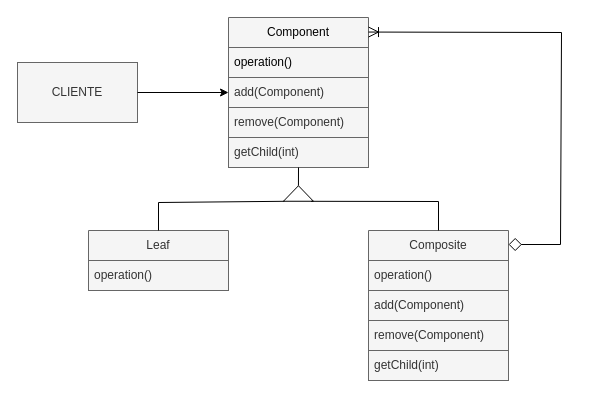
Earlier version of the draw.io diagram posts/imagens/composite/estrutura.drawio (20231-ifba-saj-ads-ppr/blog-material-aula). Source tidied: cells renumbered, new cells numbered last; positions are measured from the earlier drawing's top-left corner, leaving out a move shared by most shapes. Both pictures are drawn from the tidied source at 100%, with x=0, y=0 at pixel (17, 17).
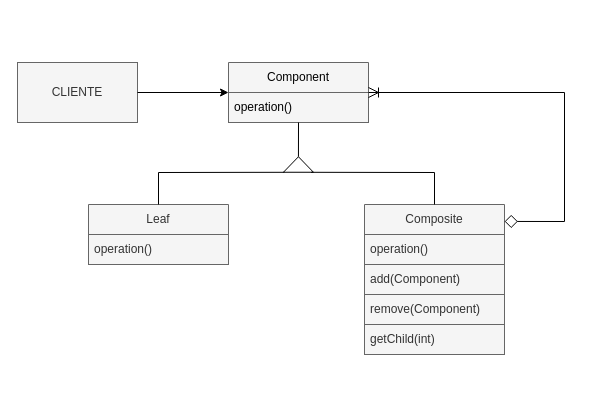
The same page after the edit.

The change refers to these unchanged cells:
```xml
<mxCell id="2" value="CLIENTE" style="rounded=0;whiteSpace=wrap;html=1;fontColor=#333333;fillColor=#f5f5f5;strokeColor=#666666;" parent="1" vertex="1">
  <mxGeometry y="45" width="120" height="60" as="geometry" />
</mxCell>
```

The edit, as a diff of the source:
```diff
@@
     <mxCell id="3" value="&lt;font color=&quot;#000000&quot;&gt;Component&lt;/font&gt;" style="swimlane;fontStyle=0;horizontal=1;startSize=30;whiteSpace=wrap;html=1;fillColor=#f5f5f5;fontColor=#333333;strokeColor=#666666;" parent="1" vertex="1">
-      <mxGeometry x="211" width="140" height="150" as="geometry" />
+      <mxGeometry x="211" y="45" width="140" height="60" as="geometry" />
     </mxCell>
@@
-    <mxCell id="5" value="add(Component)" style="text;strokeColor=#666666;fillColor=#f5f5f5;align=left;verticalAlign=middle;spacingLeft=4;spacingRight=4;overflow=hidden;points=[[0,0.5],[1,0.5]];portConstraint=eastwest;whiteSpace=wrap;html=1;fontColor=#333333;" parent="3" vertex="1">
-      <mxGeometry y="60" width="140" height="30" as="geometry" />
-    </mxCell>
-    <mxCell id="6" value="remove(Component)" style="text;strokeColor=#666666;fillColor=#f5f5f5;align=left;verticalAlign=middle;spacingLeft=4;spacingRight=4;overflow=hidden;whiteSpace=wrap;html=1;fontColor=#333333;" parent="3" vertex="1">
-      <mxGeometry y="90" width="140" height="30" as="geometry" />
-    </mxCell>
-    <mxCell id="7" value="getChild(int)" style="text;strokeColor=#666666;fillColor=#f5f5f5;align=left;verticalAlign=middle;spacingLeft=4;spacingRight=4;overflow=hidden;whiteSpace=wrap;html=1;fontColor=#333333;" parent="3" vertex="1">
-      <mxGeometry y="120" width="140" height="30" as="geometry" />
-    </mxCell>
     <mxCell id="8" value="Composite" style="swimlane;fontStyle=0;horizontal=1;startSize=30;whiteSpace=wrap;html=1;fontColor=#333333;fillColor=#f5f5f5;strokeColor=#666666;" parent="1" vertex="1">
-      <mxGeometry x="351" y="213" width="140" height="150" as="geometry" />
+      <mxGeometry x="347" y="187" width="140" height="150" as="geometry" />
     </mxCell>
@@
     <mxCell id="13" value="Leaf" style="swimlane;fontStyle=0;horizontal=1;startSize=30;whiteSpace=wrap;html=1;fontColor=#333333;fillColor=#f5f5f5;strokeColor=#666666;" parent="1" vertex="1">
-      <mxGeometry x="71" y="213" width="140" height="60" as="geometry" />
+      <mxGeometry x="71" y="187" width="140" height="60" as="geometry" />
     </mxCell>
@@
-    <mxCell id="15" style="endArrow=none;html=1;exitX=1;exitY=0.5;exitDx=0;exitDy=0;" parent="1" edge="1" source="16">
-      <mxGeometry relative="1" as="geometry">
-        <mxPoint x="281" y="150" as="targetPoint" />
-      </mxGeometry>
+    <mxCell id="15" style="endArrow=none;html=1;exitX=1;exitY=0.5;exitDx=0;exitDy=0;entryX=0.5;entryY=1;entryDx=0;entryDy=0;" parent="1" edge="1" source="16" target="3">
+      <mxGeometry relative="1" as="geometry" />
     </mxCell>
     <mxCell id="16" style="triangle;whiteSpace=wrap;html=1;rotation=-90;" parent="1" vertex="1">
-      <mxGeometry x="273.2" y="161" width="15.5" height="30" as="geometry" />
+      <mxGeometry x="273.2" y="132" width="15.5" height="30" as="geometry" />
     </mxCell>
     <mxCell id="17" style="endArrow=none;html=1;exitX=0.5;exitY=0;exitDx=0;exitDy=0;entryX=-0.003;entryY=0.027;entryDx=0;entryDy=0;rounded=0;entryPerimeter=0;" parent="1" edge="1" source="13" target="16">
       <mxGeometry relative="1" as="geometry">
         <Array as="points">
-          <mxPoint x="141" y="185" />
+          <mxPoint x="141" y="155" />
         </Array>
       </mxGeometry>
     </mxCell>
     <mxCell id="18" style="endArrow=none;html=1;exitX=0.5;exitY=0;exitDx=0;exitDy=0;entryX=-0.003;entryY=0.92;entryDx=0;entryDy=0;rounded=0;entryPerimeter=0;" parent="1" edge="1" source="8" target="16">
       <mxGeometry relative="1" as="geometry">
         <Array as="points">
-          <mxPoint x="421" y="184" />
+          <mxPoint x="417" y="155" />
         </Array>
       </mxGeometry>
     </mxCell>
-    <mxCell id="19" style="endArrow=classic;html=1;rounded=0;exitX=1;exitY=0.5;exitDx=0;exitDy=0;entryX=0;entryY=0.5;entryDx=0;entryDy=0;" parent="1" edge="1" source="2" target="5">
-      <mxGeometry relative="1" as="geometry" />
+    <mxCell id="19" style="endArrow=classic;html=1;rounded=0;exitX=1;exitY=0.5;exitDx=0;exitDy=0;entryX=0;entryY=0.5;entryDx=0;entryDy=0;" parent="1" edge="1" source="2">
+      <mxGeometry relative="1" as="geometry">
+        <mxPoint x="211" y="75" as="targetPoint" />
+      </mxGeometry>
     </mxCell>
-    <mxCell id="20" style="endArrow=ERoneToMany;html=1;rounded=0;entryX=1;entryY=0.097;entryDx=0;entryDy=0;entryPerimeter=0;endFill=0;startArrow=diamond;startFill=0;targetPerimeterSpacing=0;endSize=8;startSize=11;" parent="1" edge="1" target="3">
+    <mxCell id="20" style="endArrow=ERoneToMany;html=1;rounded=0;entryX=1;entryY=0.5;entryDx=0;entryDy=0;endFill=0;startArrow=diamond;startFill=0;targetPerimeterSpacing=0;endSize=8;startSize=11;exitX=1;exitY=0.113;exitDx=0;exitDy=0;exitPerimeter=0;" parent="1" edge="1" source="8" target="3">
       <mxGeometry relative="1" as="geometry">
-        <mxPoint x="491" y="227" as="sourcePoint" />
         <Array as="points">
-          <mxPoint x="543" y="227" />
-          <mxPoint x="544" y="15" />
+          <mxPoint x="547" y="204" />
+          <mxPoint x="547" y="75" />
         </Array>
       </mxGeometry>
     </mxCell>
```
